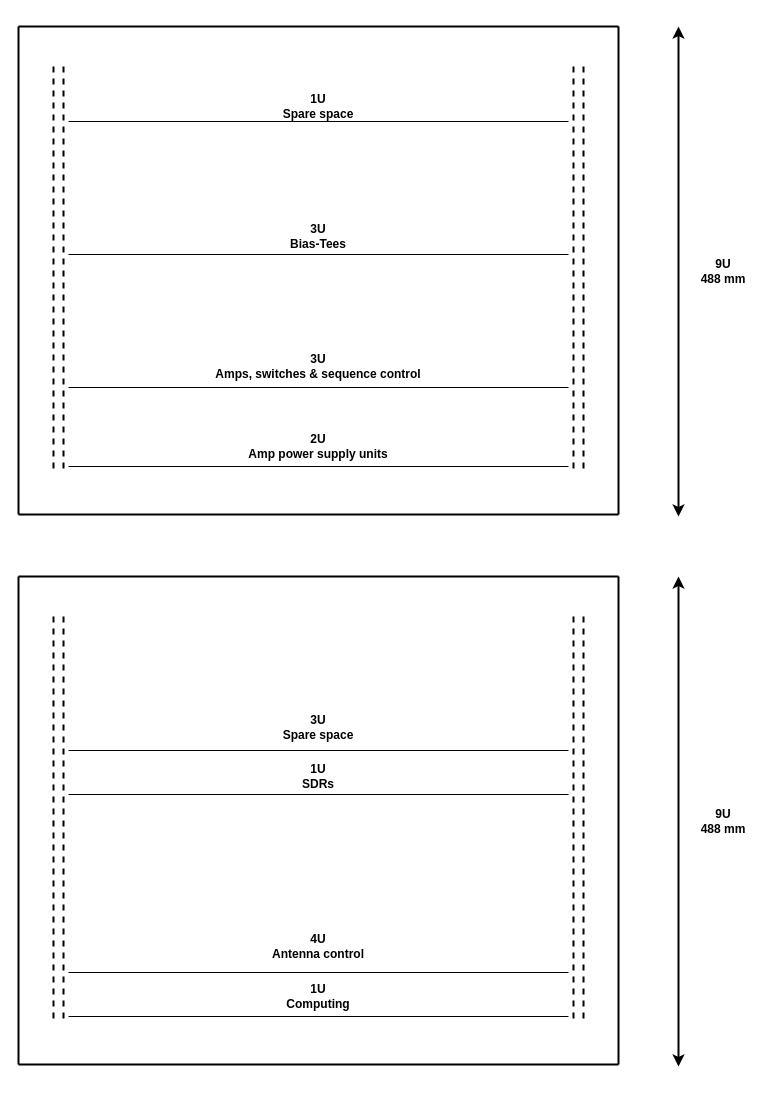
Above: design-diagrams/19-inch_front.drawio in melfvelin/kirunags (draw.io), before the change. Source tidied: cells renumbered, new cells numbered last; positions are measured from the earlier drawing's top-left corner, leaving out a move shared by most shapes. Both pictures are drawn from the tidied source at 100%, with x=0, y=0 at pixel (18, 26).
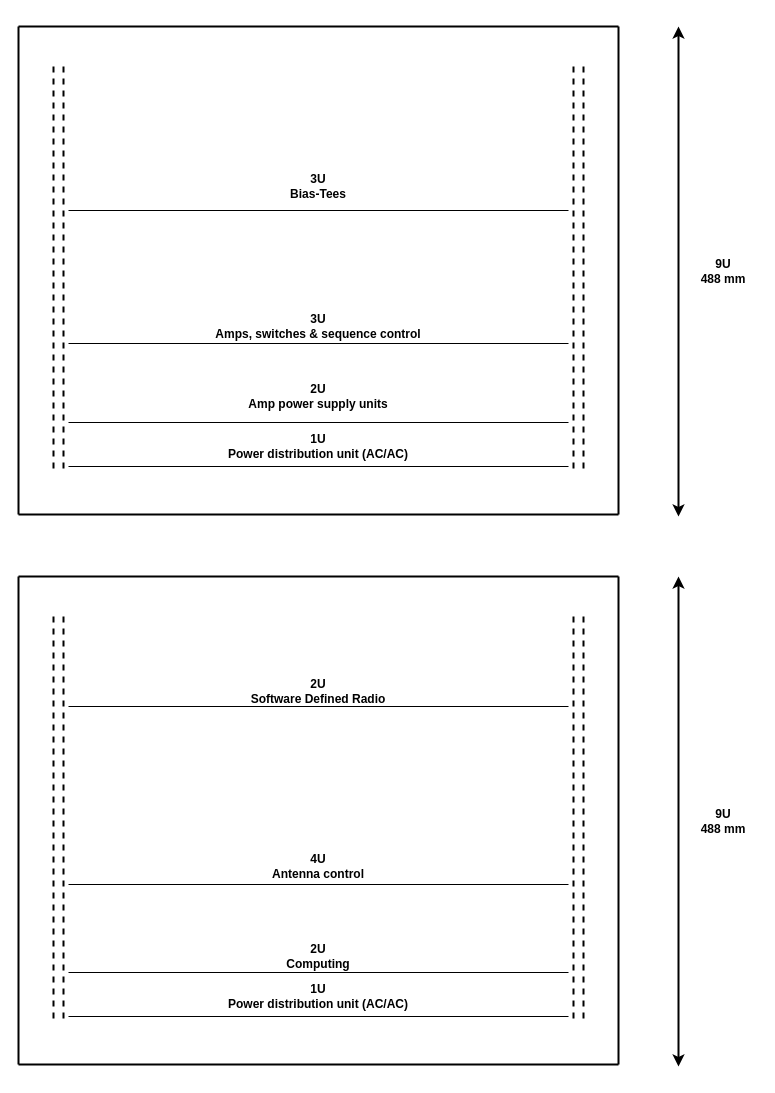
Above is the later version.

What changed in the source:
```diff
@@
     <mxCell id="11" style="endArrow=none;html=1;strokeWidth=1;" parent="1" edge="1">
       <mxGeometry relative="1" as="geometry">
-        <mxPoint x="50" y="361" as="sourcePoint" />
-        <mxPoint x="550" y="361" as="targetPoint" />
+        <mxPoint x="50" y="317" as="sourcePoint" />
+        <mxPoint x="550" y="317" as="targetPoint" />
       </mxGeometry>
     </mxCell>
     <mxCell id="12" style="endArrow=none;html=1;strokeWidth=1;" parent="1" edge="1">
       <mxGeometry relative="1" as="geometry">
-        <mxPoint x="50" y="228" as="sourcePoint" />
-        <mxPoint x="550" y="228" as="targetPoint" />
+        <mxPoint x="50" y="184" as="sourcePoint" />
+        <mxPoint x="550" y="184" as="targetPoint" />
       </mxGeometry>
     </mxCell>
-    <mxCell id="13" style="endArrow=none;html=1;strokeWidth=1;" parent="1" edge="1">
-      <mxGeometry relative="1" as="geometry">
-        <mxPoint x="50" y="95" as="sourcePoint" />
-        <mxPoint x="550" y="95" as="targetPoint" />
-      </mxGeometry>
-    </mxCell>
@@
     <mxCell id="23" style="endArrow=none;html=1;strokeWidth=1;" parent="1" edge="1">
       <mxGeometry relative="1" as="geometry">
-        <mxPoint x="50" y="946" as="sourcePoint" />
-        <mxPoint x="550" y="946" as="targetPoint" />
+        <mxPoint x="50" y="858" as="sourcePoint" />
+        <mxPoint x="550" y="858" as="targetPoint" />
       </mxGeometry>
     </mxCell>
     <mxCell id="24" style="endArrow=none;html=1;strokeWidth=1;" parent="1" edge="1">
       <mxGeometry relative="1" as="geometry">
-        <mxPoint x="50" y="768" as="sourcePoint" />
-        <mxPoint x="550" y="768" as="targetPoint" />
+        <mxPoint x="50" y="680" as="sourcePoint" />
+        <mxPoint x="550" y="680" as="targetPoint" />
       </mxGeometry>
     </mxCell>
     <mxCell id="25" value="&lt;div&gt;3U&lt;/div&gt;&lt;div&gt;Bias-Tees&lt;br&gt;&lt;/div&gt;" style="text;html=1;strokeColor=none;fillColor=none;align=center;verticalAlign=middle;whiteSpace=wrap;rounded=0;fontStyle=1;" parent="1" vertex="1">
-      <mxGeometry x="170" y="200" width="260" height="20" as="geometry" />
+      <mxGeometry x="170" y="150" width="260" height="20" as="geometry" />
     </mxCell>
     <mxCell id="26" value="3U &lt;br&gt;Amps, switches &amp;amp; sequence control" style="text;html=1;strokeColor=none;fillColor=none;align=center;verticalAlign=middle;whiteSpace=wrap;rounded=0;fontStyle=1;" parent="1" vertex="1">
-      <mxGeometry x="170" y="330" width="260" height="20" as="geometry" />
+      <mxGeometry x="170" y="290" width="260" height="20" as="geometry" />
     </mxCell>
     <mxCell id="27" value="2U&lt;br&gt;Amp power supply units" style="text;html=1;strokeColor=none;fillColor=none;align=center;verticalAlign=middle;whiteSpace=wrap;rounded=0;fontStyle=1;" parent="1" vertex="1">
-      <mxGeometry x="170" y="410" width="260" height="20" as="geometry" />
+      <mxGeometry x="170" y="360" width="260" height="20" as="geometry" />
     </mxCell>
-    <mxCell id="28" value="&lt;div&gt;1U&lt;/div&gt;&lt;div&gt;Spare space&lt;br&gt;&lt;/div&gt;" style="text;html=1;strokeColor=none;fillColor=none;align=center;verticalAlign=middle;whiteSpace=wrap;rounded=0;fontStyle=1;" parent="1" vertex="1">
-      <mxGeometry x="170" y="70" width="260" height="20" as="geometry" />
-    </mxCell>
-    <mxCell id="29" value="1U&lt;br&gt;Computing" style="text;html=1;strokeColor=none;fillColor=none;align=center;verticalAlign=middle;whiteSpace=wrap;rounded=0;fontStyle=1;" parent="1" vertex="1">
-      <mxGeometry x="170" y="960" width="260" height="20" as="geometry" />
+    <mxCell id="29" value="2U&lt;br&gt;Computing" style="text;html=1;strokeColor=none;fillColor=none;align=center;verticalAlign=middle;whiteSpace=wrap;rounded=0;fontStyle=1;" parent="1" vertex="1">
+      <mxGeometry x="170" y="920" width="260" height="20" as="geometry" />
     </mxCell>
     <mxCell id="30" value="4U&lt;br&gt;Antenna control" style="text;html=1;strokeColor=none;fillColor=none;align=center;verticalAlign=middle;whiteSpace=wrap;rounded=0;fontStyle=1;" parent="1" vertex="1">
-      <mxGeometry x="170" y="910" width="260" height="20" as="geometry" />
+      <mxGeometry x="170" y="830" width="260" height="20" as="geometry" />
     </mxCell>
-    <mxCell id="31" value="1U&lt;br&gt;SDRs" style="text;html=1;strokeColor=none;fillColor=none;align=center;verticalAlign=middle;whiteSpace=wrap;rounded=0;fontStyle=1;" parent="1" vertex="1">
-      <mxGeometry x="170" y="740" width="260" height="20" as="geometry" />
+    <mxCell id="31" value="2U&lt;br&gt;Software Defined Radio" style="text;html=1;strokeColor=none;fillColor=none;align=center;verticalAlign=middle;whiteSpace=wrap;rounded=0;fontStyle=1;" parent="1" vertex="1">
+      <mxGeometry x="170" y="640" width="260" height="50" as="geometry" />
     </mxCell>
-    <mxCell id="32" style="endArrow=none;html=1;strokeWidth=1;" parent="1" edge="1">
-      <mxGeometry relative="1" as="geometry">
-        <mxPoint x="50" y="724" as="sourcePoint" />
-        <mxPoint x="550" y="724" as="targetPoint" />
-      </mxGeometry>
-    </mxCell>
-    <mxCell id="33" value="&lt;div&gt;3U&lt;/div&gt;&lt;div&gt;Spare space&lt;br&gt;&lt;/div&gt;" style="text;html=1;strokeColor=none;fillColor=none;align=center;verticalAlign=middle;whiteSpace=wrap;rounded=0;fontStyle=1;" parent="1" vertex="1">
-      <mxGeometry x="170" y="691" width="260" height="20" as="geometry" />
-    </mxCell>
@@
+    <mxCell id="38" style="endArrow=none;html=1;strokeWidth=1;" parent="1" edge="1">
+      <mxGeometry relative="1" as="geometry">
+        <mxPoint x="50" y="396" as="sourcePoint" />
+        <mxPoint x="550" y="396" as="targetPoint" />
+      </mxGeometry>
+    </mxCell>
+    <mxCell id="39" value="&lt;div&gt;1U&lt;/div&gt;&lt;div&gt;Power distribution unit (AC/AC)&lt;br&gt;&lt;/div&gt;" style="text;html=1;strokeColor=none;fillColor=none;align=center;verticalAlign=middle;whiteSpace=wrap;rounded=0;fontStyle=1;" parent="1" vertex="1">
+      <mxGeometry x="170" y="410" width="260" height="20" as="geometry" />
+    </mxCell>
+    <mxCell id="40" style="endArrow=none;html=1;strokeWidth=1;" parent="1" edge="1">
+      <mxGeometry relative="1" as="geometry">
+        <mxPoint x="50" y="946" as="sourcePoint" />
+        <mxPoint x="550" y="946" as="targetPoint" />
+      </mxGeometry>
+    </mxCell>
+    <mxCell id="41" value="&lt;div&gt;1U&lt;/div&gt;&lt;div&gt;Power distribution unit (AC/AC)&lt;br&gt;&lt;/div&gt;" style="text;html=1;strokeColor=none;fillColor=none;align=center;verticalAlign=middle;whiteSpace=wrap;rounded=0;fontStyle=1;" parent="1" vertex="1">
+      <mxGeometry x="170" y="960" width="260" height="20" as="geometry" />
+    </mxCell>
```
